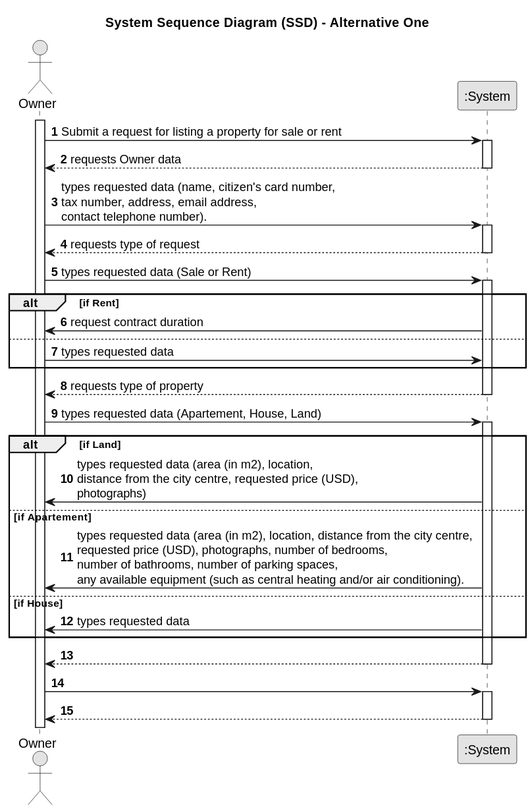
The PlantUML diagram docs/sprintA/us004/01.requirements-engineering/svg/us004-system-sequence-diagram-alternative-one.svg in Goncalves2525/real-estate-management-system, before a commit. The source it was exported from:
```plantuml
@startuml
skinparam monochrome true
skinparam packageStyle rectangle
skinparam shadowing false

title System Sequence Diagram (SSD) - Alternative One

autonumber

actor "Owner" as Owner
participant ":System" as System

activate Owner

    Owner -> System : Submit a request for listing a property for sale or rent
    activate System

        System --> Owner : requests Owner data
    deactivate System

    Owner -> System : types requested data (name, citizen's card number, \ntax number, address, email address, \ncontact telephone number).
    activate System

        System --> Owner : requests type of request
    deactivate System


    Owner -> System : types requested data (Sale or Rent)
    activate System


    alt if Rent

        System -> Owner: request contract duration
    else
        Owner -> System: types requested data
    end

        System --> Owner : requests type of property
    deactivate System

    Owner -> System : types requested data (Apartement, House, Land)
        activate System

    alt if Land

        System -> Owner: types requested data (area (in m2), location, \ndistance from the city centre, requested price (USD), \nphotographs)
    else if Apartement
        System -> Owner: types requested data (area (in m2), location, distance from the city centre, \nrequested price (USD), photographs, number of bedrooms,\nnumber of bathrooms, number of parking spaces,\nany available equipment (such as central heating and/or air conditioning).
    else if House
        System -> Owner: types requested data
    end


            System --> Owner :
        deactivate System

    Owner -> System :
    activate System

            System --> Owner :
        deactivate System


@enduml
```
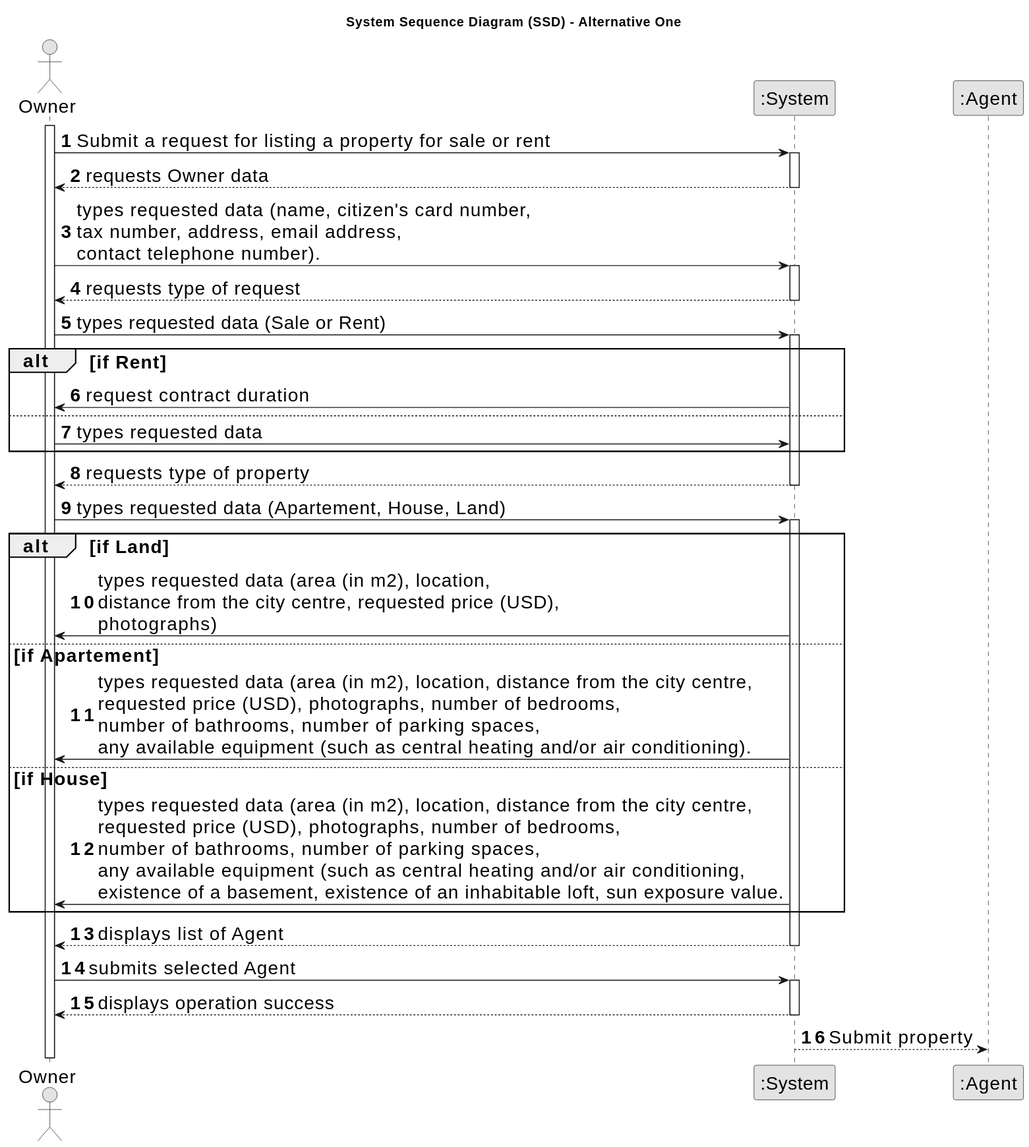
The same diagram one commit later.

Change to the diagram source:
```diff
@@ -1,4 +1,5 @@
 @startuml
+skinparamlocked defaultFontSize 20
 skinparam monochrome true
 skinparam packageStyle rectangle
 skinparam shadowing false
@@ -9,23 +10,24 @@
 
 actor "Owner" as Owner
 participant ":System" as System
+participant ":Agent" as Agent
 
 activate Owner
 
-    Owner -> System : Submit a request for listing a property for sale or rent
+        Owner -> System : Submit a request for listing a property for sale or rent
     activate System
 
         System --> Owner : requests Owner data
     deactivate System
 
-    Owner -> System : types requested data (name, citizen's card number, \ntax number, address, email address, \ncontact telephone number).
+        Owner -> System : types requested data (name, citizen's card number, \ntax number, address, email address, \ncontact telephone number).
     activate System
 
         System --> Owner : requests type of request
     deactivate System
 
 
-    Owner -> System : types requested data (Sale or Rent)
+        Owner -> System : types requested data (Sale or Rent)
     activate System
 
 
@@ -39,8 +41,8 @@
         System --> Owner : requests type of property
     deactivate System
 
-    Owner -> System : types requested data (Apartement, House, Land)
-        activate System
+        Owner -> System : types requested data (Apartement, House, Land)
+    activate System
 
     alt if Land
 
@@ -48,18 +50,18 @@
     else if Apartement
         System -> Owner: types requested data (area (in m2), location, distance from the city centre, \nrequested price (USD), photographs, number of bedrooms,\nnumber of bathrooms, number of parking spaces,\nany available equipment (such as central heating and/or air conditioning).
     else if House
-        System -> Owner: types requested data
+        System -> Owner: types requested data (area (in m2), location, distance from the city centre, \nrequested price (USD), photographs, number of bedrooms,\nnumber of bathrooms, number of parking spaces,\nany available equipment (such as central heating and/or air conditioning, \nexistence of a basement, existence of an inhabitable loft, sun exposure value.
     end
 
+        System --> Owner :displays list of Agent
+    deactivate System
 
-            System --> Owner :
-        deactivate System
-
-    Owner -> System :
+        Owner -> System : submits selected Agent
     activate System
 
-            System --> Owner :
-        deactivate System
+        System --> Owner : displays operation success
+    deactivate System
 
-
+        System --> Agent : Submit property
+    deactivate System
 @enduml
```
